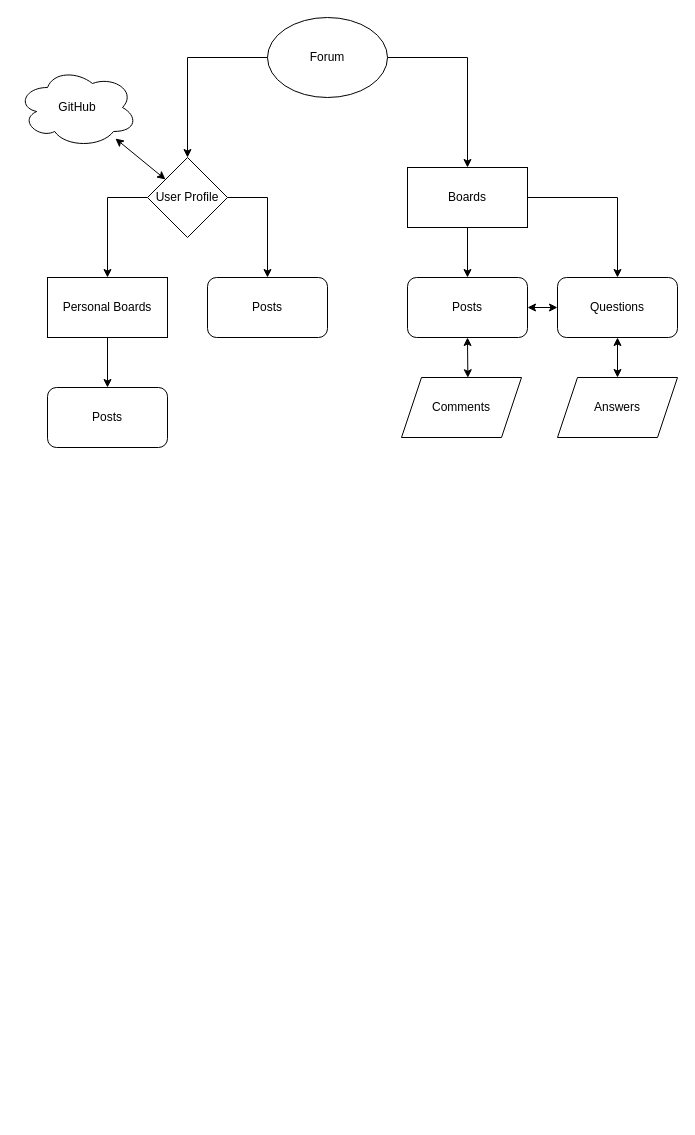
The draw.io diagram ALGORYTMIZACE/Untitled Diagram.drawio in L19uid/school-projects, before the edit. Source tidied: cells renumbered, new cells numbered last; positions are measured from the earlier drawing's top-left corner, leaving out a move shared by most shapes. Both pictures are drawn from the tidied source at 100%, with x=0, y=0 at pixel (17, 17).
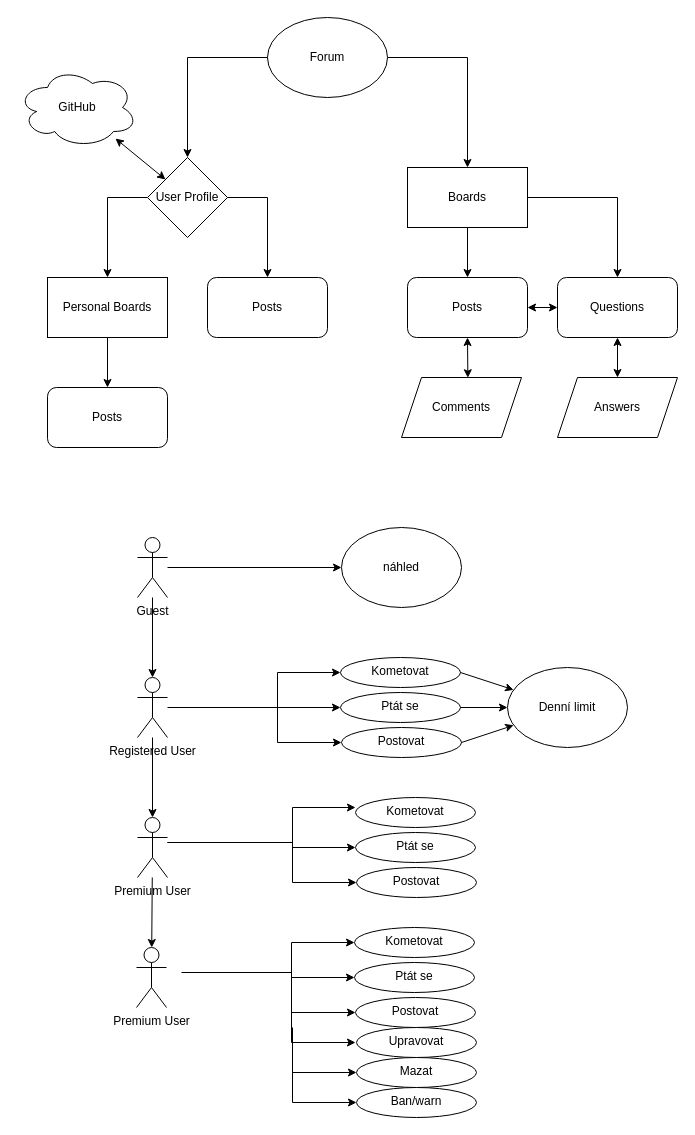
Above is the later version.

The edit, as a diff of the source:
```diff
@@
+    <mxCell id="24" style="edgeStyle=orthogonalEdgeStyle;rounded=0;jettySize=auto;html=1;" parent="1" edge="1" source="25" target="30">
+      <mxGeometry relative="1" as="geometry" />
+    </mxCell>
+    <mxCell id="25" value="Guest" style="shape=umlActor;verticalLabelPosition=bottom;verticalAlign=top;html=1;outlineConnect=0;" parent="1" vertex="1">
+      <mxGeometry x="120" y="520" width="30" height="60" as="geometry" />
+    </mxCell>
+    <mxCell id="26" value="náhled" style="ellipse;whiteSpace=wrap;html=1;" parent="1" vertex="1">
+      <mxGeometry x="324" y="510" width="120" height="80" as="geometry" />
+    </mxCell>
+    <mxCell id="27" style="endArrow=classic;html=1;rounded=0;" parent="1" edge="1" source="25" target="26">
+      <mxGeometry relative="1" as="geometry" />
+    </mxCell>
+    <mxCell id="28" style="edgeStyle=orthogonalEdgeStyle;rounded=0;jettySize=auto;html=1;" parent="1" edge="1" source="30" target="31">
+      <mxGeometry relative="1" as="geometry" />
+    </mxCell>
+    <mxCell id="29" style="edgeStyle=orthogonalEdgeStyle;rounded=0;jettySize=auto;html=1;entryX=0;entryY=0.5;entryDx=0;entryDy=0;" parent="1" edge="1" source="30" target="32">
+      <mxGeometry relative="1" as="geometry">
+        <Array as="points">
+          <mxPoint x="135" y="690" />
+          <mxPoint x="260" y="690" />
+          <mxPoint x="260" y="645" />
+        </Array>
+      </mxGeometry>
+    </mxCell>
+    <mxCell id="30" value="Registered User" style="shape=umlActor;verticalLabelPosition=bottom;verticalAlign=top;html=1;outlineConnect=0;" parent="1" vertex="1">
+      <mxGeometry x="120" y="660" width="30" height="60" as="geometry" />
+    </mxCell>
+    <mxCell id="31" value="Premium User" style="shape=umlActor;verticalLabelPosition=bottom;verticalAlign=top;html=1;outlineConnect=0;" parent="1" vertex="1">
+      <mxGeometry x="120" y="800" width="30" height="60" as="geometry" />
+    </mxCell>
+    <mxCell id="32" value="Kometovat" style="ellipse;whiteSpace=wrap;html=1;verticalAlign=top;" parent="1" vertex="1">
+      <mxGeometry x="323" y="640" width="120" height="30" as="geometry" />
+    </mxCell>
+    <mxCell id="33" value="Ptát se" style="ellipse;whiteSpace=wrap;html=1;verticalAlign=top;" parent="1" vertex="1">
+      <mxGeometry x="323" y="675" width="120" height="30" as="geometry" />
+    </mxCell>
+    <mxCell id="34" style="endArrow=classic;html=1;rounded=0;entryX=0;entryY=0.5;entryDx=0;entryDy=0;" parent="1" edge="1" target="33">
+      <mxGeometry relative="1" as="geometry">
+        <mxPoint x="260" y="690" as="sourcePoint" />
+      </mxGeometry>
+    </mxCell>
+    <mxCell id="35" value="Postovat" style="ellipse;whiteSpace=wrap;html=1;verticalAlign=top;" parent="1" vertex="1">
+      <mxGeometry x="324" y="710" width="120" height="30" as="geometry" />
+    </mxCell>
+    <mxCell id="36" style="endArrow=classic;html=1;rounded=0;entryX=0;entryY=0.5;entryDx=0;entryDy=0;" parent="1" edge="1" target="35">
+      <mxGeometry relative="1" as="geometry">
+        <mxPoint x="260" y="680" as="sourcePoint" />
+        <Array as="points">
+          <mxPoint x="260" y="725" />
+        </Array>
+      </mxGeometry>
+    </mxCell>
+    <mxCell id="37" style="endArrow=classic;html=1;rounded=0;exitX=1;exitY=0.5;exitDx=0;exitDy=0;entryX=0;entryY=0.5;entryDx=0;entryDy=0;" parent="1" edge="1" source="33" target="40">
+      <mxGeometry relative="1" as="geometry" />
+    </mxCell>
+    <mxCell id="38" style="endArrow=classic;html=1;rounded=0;exitX=1;exitY=0.5;exitDx=0;exitDy=0;" parent="1" edge="1" source="35" target="40">
+      <mxGeometry relative="1" as="geometry" />
+    </mxCell>
+    <mxCell id="39" style="endArrow=classic;html=1;rounded=0;exitX=1;exitY=0.5;exitDx=0;exitDy=0;startArrow=none;" parent="1" edge="1" source="32" target="40">
+      <mxGeometry relative="1" as="geometry" />
+    </mxCell>
+    <mxCell id="40" value="Denní limit" style="ellipse;whiteSpace=wrap;html=1;" parent="1" vertex="1">
+      <mxGeometry x="490" y="650" width="120" height="80" as="geometry" />
+    </mxCell>
+    <mxCell id="41" value="Kometovat" style="ellipse;whiteSpace=wrap;html=1;verticalAlign=top;" parent="1" vertex="1">
+      <mxGeometry x="338" y="780" width="120" height="30" as="geometry" />
+    </mxCell>
+    <mxCell id="42" value="Ptát se" style="ellipse;whiteSpace=wrap;html=1;verticalAlign=top;" parent="1" vertex="1">
+      <mxGeometry x="338" y="815" width="120" height="30" as="geometry" />
+    </mxCell>
+    <mxCell id="43" style="endArrow=classic;html=1;rounded=0;entryX=0;entryY=0.5;entryDx=0;entryDy=0;" parent="1" edge="1" target="42">
+      <mxGeometry relative="1" as="geometry">
+        <mxPoint x="275" y="830" as="sourcePoint" />
+      </mxGeometry>
+    </mxCell>
+    <mxCell id="44" value="Postovat" style="ellipse;whiteSpace=wrap;html=1;verticalAlign=top;" parent="1" vertex="1">
+      <mxGeometry x="339" y="850" width="120" height="30" as="geometry" />
+    </mxCell>
+    <mxCell id="45" style="endArrow=classic;html=1;rounded=0;entryX=0;entryY=0.5;entryDx=0;entryDy=0;" parent="1" edge="1" target="44">
+      <mxGeometry relative="1" as="geometry">
+        <mxPoint x="275" y="820" as="sourcePoint" />
+        <Array as="points">
+          <mxPoint x="275" y="865" />
+        </Array>
+      </mxGeometry>
+    </mxCell>
+    <mxCell id="46" style="edgeStyle=orthogonalEdgeStyle;rounded=0;orthogonalLoop=1;jettySize=auto;html=1;entryX=0;entryY=0.5;entryDx=0;entryDy=0;" parent="1" edge="1">
+      <mxGeometry relative="1" as="geometry">
+        <mxPoint x="165" y="825" as="sourcePoint" />
+        <mxPoint x="338" y="790" as="targetPoint" />
+        <Array as="points">
+          <mxPoint x="150" y="825" />
+          <mxPoint x="275" y="825" />
+          <mxPoint x="275" y="780" />
+        </Array>
+      </mxGeometry>
+    </mxCell>
+    <mxCell id="47" value="Premium User" style="shape=umlActor;verticalLabelPosition=bottom;verticalAlign=top;html=1;outlineConnect=0;" parent="1" vertex="1">
+      <mxGeometry x="119" y="930" width="30" height="60" as="geometry" />
+    </mxCell>
+    <mxCell id="48" value="Ptát se" style="ellipse;whiteSpace=wrap;html=1;verticalAlign=top;" parent="1" vertex="1">
+      <mxGeometry x="337" y="945" width="120" height="30" as="geometry" />
+    </mxCell>
+    <mxCell id="49" style="endArrow=classic;html=1;rounded=0;entryX=0;entryY=0.5;entryDx=0;entryDy=0;" parent="1" edge="1" target="48">
+      <mxGeometry relative="1" as="geometry">
+        <mxPoint x="274" y="960" as="sourcePoint" />
+      </mxGeometry>
+    </mxCell>
+    <mxCell id="50" value="Postovat" style="ellipse;whiteSpace=wrap;html=1;verticalAlign=top;" parent="1" vertex="1">
+      <mxGeometry x="338" y="980" width="120" height="30" as="geometry" />
+    </mxCell>
+    <mxCell id="51" style="endArrow=classic;html=1;rounded=0;entryX=0;entryY=0.5;entryDx=0;entryDy=0;" parent="1" edge="1" target="50">
+      <mxGeometry relative="1" as="geometry">
+        <mxPoint x="274" y="950" as="sourcePoint" />
+        <Array as="points">
+          <mxPoint x="274" y="995" />
+        </Array>
+      </mxGeometry>
+    </mxCell>
+    <mxCell id="52" style="edgeStyle=orthogonalEdgeStyle;rounded=0;jettySize=auto;html=1;entryX=0;entryY=0.5;entryDx=0;entryDy=0;" parent="1" edge="1" target="54">
+      <mxGeometry relative="1" as="geometry">
+        <mxPoint x="164" y="955" as="sourcePoint" />
+        <Array as="points">
+          <mxPoint x="274" y="955" />
+          <mxPoint x="274" y="925" />
+        </Array>
+      </mxGeometry>
+    </mxCell>
+    <mxCell id="53" style="endArrow=classic;html=1;rounded=0;" parent="1" edge="1" source="31" target="47">
+      <mxGeometry relative="1" as="geometry" />
+    </mxCell>
+    <mxCell id="54" value="Kometovat" style="ellipse;whiteSpace=wrap;html=1;verticalAlign=top;" parent="1" vertex="1">
+      <mxGeometry x="337" y="910" width="120" height="30" as="geometry" />
+    </mxCell>
+    <mxCell id="55" value="Upravovat" style="ellipse;whiteSpace=wrap;html=1;verticalAlign=top;" parent="1" vertex="1">
+      <mxGeometry x="339" y="1010" width="120" height="30" as="geometry" />
+    </mxCell>
+    <mxCell id="56" value="Mazat" style="ellipse;whiteSpace=wrap;html=1;verticalAlign=top;" parent="1" vertex="1">
+      <mxGeometry x="339" y="1040" width="120" height="30" as="geometry" />
+    </mxCell>
+    <mxCell id="57" value="Ban/warn" style="ellipse;whiteSpace=wrap;html=1;verticalAlign=top;" parent="1" vertex="1">
+      <mxGeometry x="339" y="1070" width="120" height="30" as="geometry" />
+    </mxCell>
+    <mxCell id="58" style="endArrow=classic;html=1;rounded=0;entryX=0;entryY=0.5;entryDx=0;entryDy=0;" parent="1" edge="1">
+      <mxGeometry relative="1" as="geometry">
+        <mxPoint x="274" y="980" as="sourcePoint" />
+        <mxPoint x="338" y="1025" as="targetPoint" />
+        <Array as="points">
+          <mxPoint x="274" y="1025" />
+        </Array>
+      </mxGeometry>
+    </mxCell>
+    <mxCell id="59" style="endArrow=classic;html=1;rounded=0;entryX=0;entryY=0.5;entryDx=0;entryDy=0;" parent="1" edge="1">
+      <mxGeometry relative="1" as="geometry">
+        <mxPoint x="275" y="1010" as="sourcePoint" />
+        <mxPoint x="339" y="1055" as="targetPoint" />
+        <Array as="points">
+          <mxPoint x="275" y="1055" />
+        </Array>
+      </mxGeometry>
+    </mxCell>
+    <mxCell id="60" style="endArrow=classic;html=1;rounded=0;entryX=0;entryY=0.5;entryDx=0;entryDy=0;" parent="1" edge="1">
+      <mxGeometry relative="1" as="geometry">
+        <mxPoint x="275" y="1040" as="sourcePoint" />
+        <mxPoint x="339" y="1085" as="targetPoint" />
+        <Array as="points">
+          <mxPoint x="275" y="1085" />
+        </Array>
+      </mxGeometry>
+    </mxCell>
```
